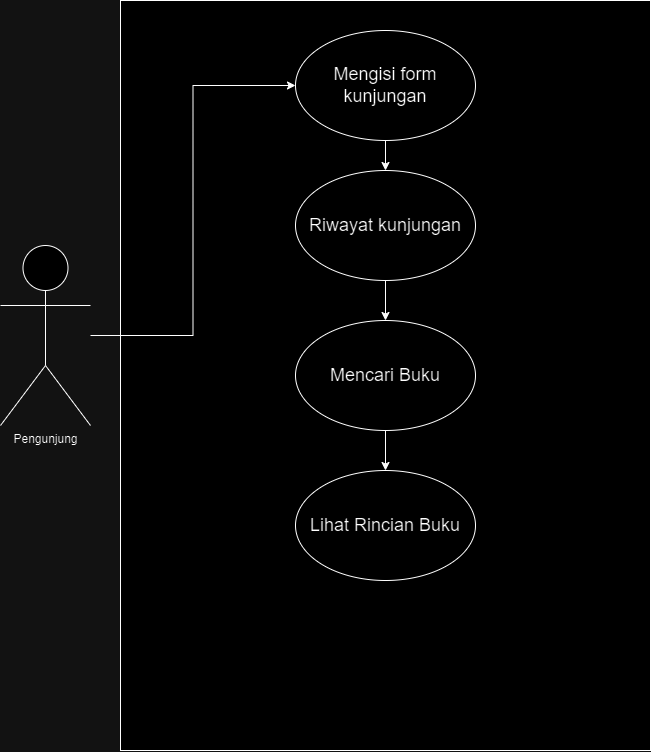
Before: usecase-perpusDigital.drawio.png, a diagram exported from draw.io (Rayival/TEFA_PerpusDigital). Source tidied: cells renumbered, new cells last; positions are measured from the earlier drawing's top-left corner, leaving out a move shared by most shapes.
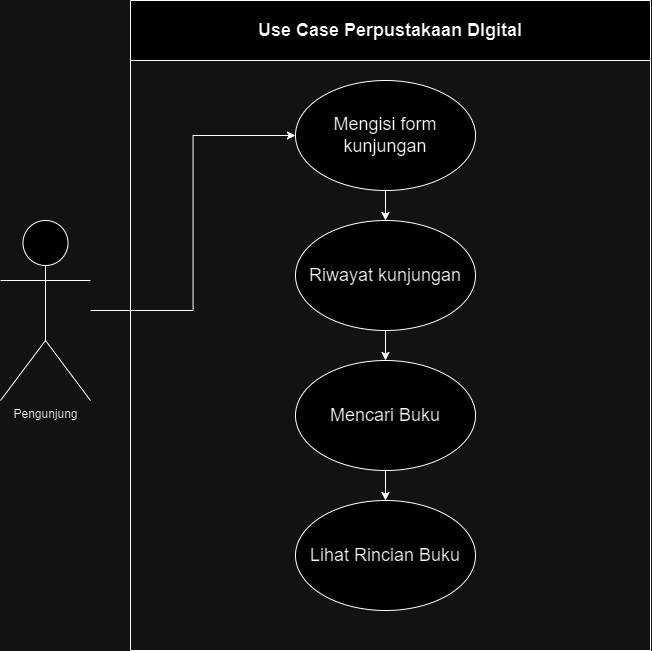
Above is the later version.

What changed in the source:
```diff
@@ -2,35 +2,35 @@
   <root>
     <mxCell id="0" />
     <mxCell id="1" parent="0" />
-    <mxCell id="2" style="rounded=0;whiteSpace=wrap;html=1;" parent="1" vertex="1">
-      <mxGeometry x="120" width="530" height="750" as="geometry" />
-    </mxCell>
     <mxCell id="3" style="edgeStyle=orthogonalEdgeStyle;rounded=0;jettySize=auto;html=1;" parent="1" edge="1" source="4" target="6">
       <mxGeometry relative="1" as="geometry" />
     </mxCell>
     <mxCell id="4" value="&lt;font style=&quot;font-size: 18px;&quot;&gt;Mengisi form kunjungan&lt;/font&gt;" style="ellipse;whiteSpace=wrap;html=1;" parent="1" vertex="1">
-      <mxGeometry x="295" y="30" width="180" height="110" as="geometry" />
+      <mxGeometry x="295" y="160" width="180" height="110" as="geometry" />
     </mxCell>
     <mxCell id="5" style="edgeStyle=orthogonalEdgeStyle;rounded=0;jettySize=auto;html=1;" parent="1" edge="1" source="6" target="8">
       <mxGeometry relative="1" as="geometry" />
     </mxCell>
     <mxCell id="6" value="&lt;span style=&quot;font-size: 18px;&quot;&gt;Riwayat kunjungan&lt;/span&gt;" style="ellipse;whiteSpace=wrap;html=1;" parent="1" vertex="1">
-      <mxGeometry x="295" y="170" width="180" height="110" as="geometry" />
+      <mxGeometry x="295" y="300" width="180" height="110" as="geometry" />
     </mxCell>
     <mxCell id="7" style="edgeStyle=orthogonalEdgeStyle;rounded=0;jettySize=auto;html=1;" parent="1" edge="1" source="8" target="11">
       <mxGeometry relative="1" as="geometry" />
     </mxCell>
     <mxCell id="8" value="&lt;span style=&quot;font-size: 18px;&quot;&gt;Mencari Buku&lt;br&gt;&lt;/span&gt;" style="ellipse;whiteSpace=wrap;html=1;" parent="1" vertex="1">
-      <mxGeometry x="295" y="320" width="180" height="110" as="geometry" />
+      <mxGeometry x="295" y="440" width="180" height="110" as="geometry" />
     </mxCell>
     <mxCell id="9" style="edgeStyle=orthogonalEdgeStyle;rounded=0;jettySize=auto;html=1;entryX=0;entryY=0.5;entryDx=0;entryDy=0;" parent="1" edge="1" source="10" target="4">
       <mxGeometry relative="1" as="geometry" />
     </mxCell>
     <mxCell id="10" value="Pengunjung" style="shape=umlActor;verticalLabelPosition=bottom;verticalAlign=top;html=1;outlineConnect=0;" parent="1" vertex="1">
-      <mxGeometry y="245" width="90" height="180" as="geometry" />
+      <mxGeometry y="300" width="90" height="180" as="geometry" />
     </mxCell>
     <mxCell id="11" value="&lt;span style=&quot;font-size: 18px;&quot;&gt;Lihat Rincian Buku&lt;br&gt;&lt;/span&gt;" style="ellipse;whiteSpace=wrap;html=1;" parent="1" vertex="1">
-      <mxGeometry x="295" y="470" width="180" height="110" as="geometry" />
+      <mxGeometry x="295" y="580" width="180" height="110" as="geometry" />
     </mxCell>
+    <mxCell id="12" value="&lt;font style=&quot;font-size: 18px;&quot;&gt;Use Case Perpustakaan DIgital&lt;/font&gt;" style="swimlane;whiteSpace=wrap;html=1;startSize=60;" parent="1" vertex="1">
+      <mxGeometry x="130" y="80" width="520" height="650" as="geometry" />
+    </mxCell>
   </root>
 </mxGraphModel>
```
